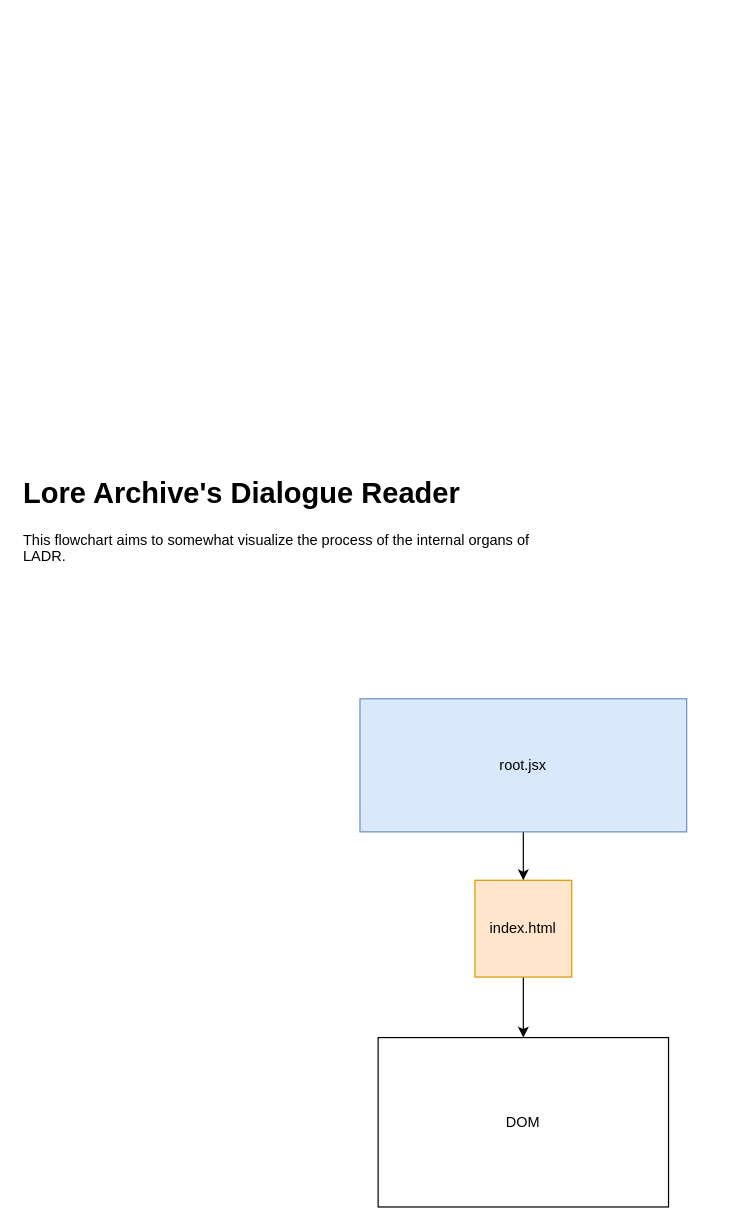
This is ladr.drawio from Cirrow/ladr, a draw.io file, before an edit. Source tidied: cells renumbered, new cells numbered last; positions are measured from the earlier drawing's top-left corner, leaving out a move shared by most shapes. Both pictures are drawn from the tidied source at 121%, with x=0, y=0 at pixel (21, 468).
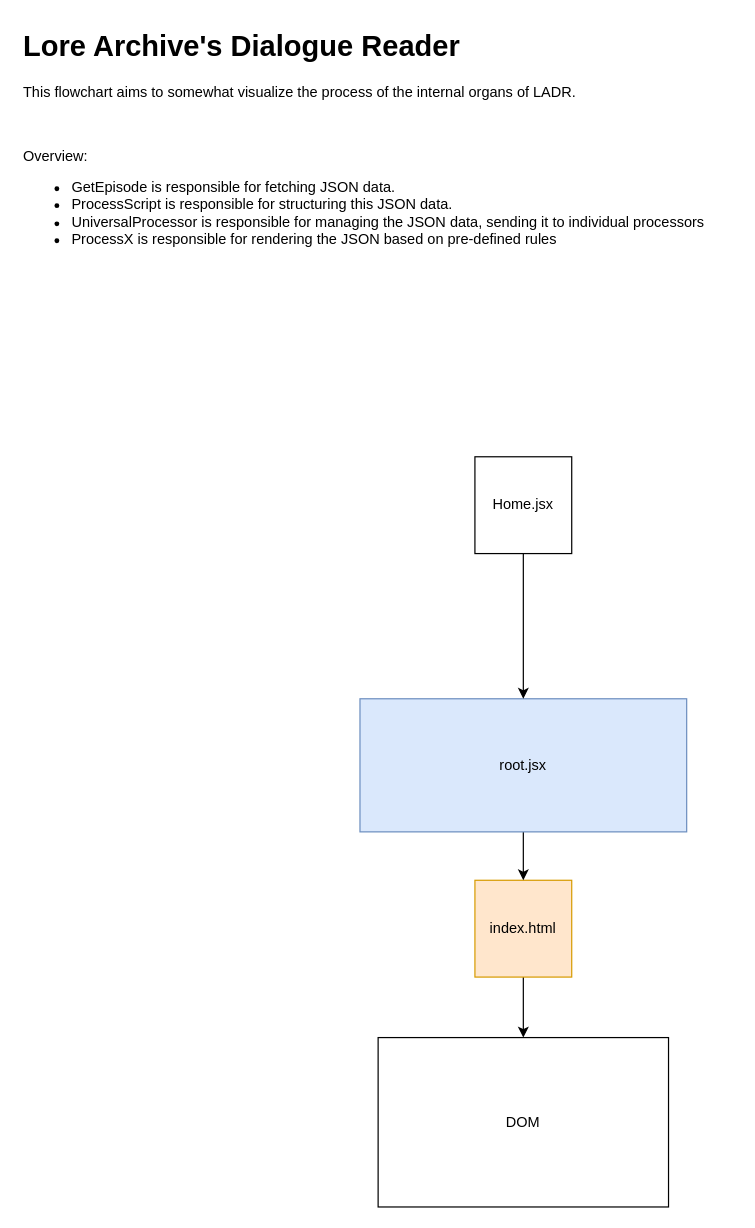
Above is the later version.

Diff of the diagram source:
```diff
@@
 <mxGraphModel>
   <root>
     <mxCell id="0" />
     <mxCell id="1" parent="0" />
-    <mxCell id="2" value="&lt;h1 style=&quot;margin-top: 0px;&quot;&gt;Lore Archive's Dialogue Reader&lt;/h1&gt;&lt;p&gt;This flowchart aims to somewhat visualize the process of the internal organs of LADR.&lt;/p&gt;" style="text;html=1;whiteSpace=wrap;overflow=hidden;rounded=0;" parent="1" vertex="1">
-      <mxGeometry width="440" height="120" as="geometry" />
+    <mxCell id="2" value="&lt;h1 style=&quot;margin-top: 0px;&quot;&gt;Lore Archive's Dialogue Reader&lt;/h1&gt;&lt;p&gt;This flowchart aims to somewhat visualize the process of the internal organs of LADR.&lt;/p&gt;&lt;p&gt;&lt;br&gt;&lt;/p&gt;&lt;p&gt;Overview:&lt;/p&gt;&lt;p&gt;&lt;/p&gt;&lt;ul&gt;&lt;li&gt;GetEpisode is responsible for fetching JSON data.&lt;/li&gt;&lt;li&gt;ProcessScript is responsible for structuring this JSON data.&lt;/li&gt;&lt;li&gt;UniversalProcessor is responsible for managing the JSON data, sending it to individual processors&lt;/li&gt;&lt;li&gt;ProcessX is responsible for rendering the JSON based on pre-defined rules&lt;/li&gt;&lt;/ul&gt;&lt;p&gt;&lt;/p&gt;" style="text;html=1;whiteSpace=wrap;overflow=hidden;rounded=0;" parent="1" vertex="1">
+      <mxGeometry y="-370" width="590" height="220" as="geometry" />
     </mxCell>
     <mxCell id="3" value="DOM" style="rounded=0;whiteSpace=wrap;html=1;" parent="1" vertex="1">
       <mxGeometry x="295" y="470" width="240" height="140" as="geometry" />
     </mxCell>
     <mxCell id="4" style="edgeStyle=orthogonalEdgeStyle;rounded=0;jettySize=auto;html=1;exitX=0.5;exitY=1;exitDx=0;exitDy=0;entryX=0.5;entryY=0;entryDx=0;entryDy=0;" parent="1" edge="1" source="5" target="3">
       <mxGeometry relative="1" as="geometry" />
     </mxCell>
     <mxCell id="5" value="index.html" style="whiteSpace=wrap;html=1;fillColor=#ffe6cc;strokeColor=#d79b00;" parent="1" vertex="1">
       <mxGeometry x="375" y="340" width="80" height="80" as="geometry" />
     </mxCell>
     <mxCell id="6" style="edgeStyle=orthogonalEdgeStyle;rounded=0;jettySize=auto;html=1;" parent="1" edge="1" source="7" target="5">
       <mxGeometry relative="1" as="geometry" />
     </mxCell>
     <mxCell id="7" value="root.jsx" style="rounded=0;whiteSpace=wrap;html=1;fillColor=#dae8fc;strokeColor=#6c8ebf;" parent="1" vertex="1">
       <mxGeometry x="280" y="190" width="270" height="110" as="geometry" />
     </mxCell>
+    <mxCell id="8" style="edgeStyle=orthogonalEdgeStyle;rounded=0;jettySize=auto;html=1;entryX=0.5;entryY=0;entryDx=0;entryDy=0;" parent="1" edge="1" source="9" target="7">
+      <mxGeometry relative="1" as="geometry" />
+    </mxCell>
+    <mxCell id="9" value="Home.jsx" style="whiteSpace=wrap;html=1;" parent="1" vertex="1">
+      <mxGeometry x="375" y="-10" width="80" height="80" as="geometry" />
+    </mxCell>
   </root>
 </mxGraphModel>
```
